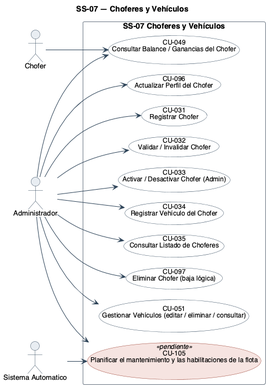
Earlier version of the PlantUML export diagramas/uml/CU_SS-07_Gestion-De-Choferes-Y-Vehiculos.png (Nahuelito-Dev/splg-docs).
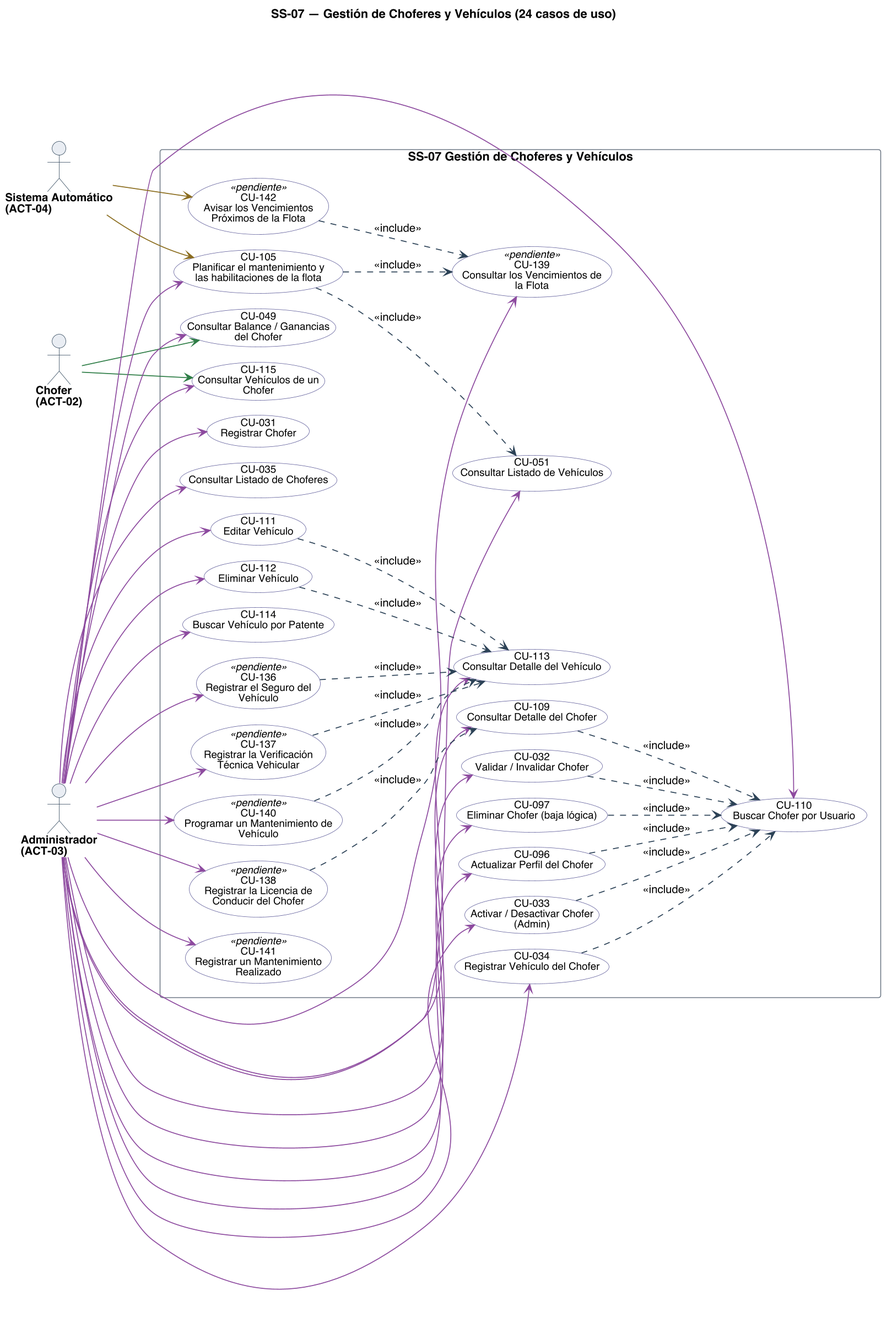
After the change.

What changed in the source:
```diff
@@ -1,22 +1,23 @@
 @startuml
-!pragma layout smetana
-title SS-07 — Choferes y Vehículos
+title SS-07 — Gestión de Choferes y Vehículos (24 casos de uso)
 left to right direction
 skinparam backgroundColor #FFFFFF
 skinparam shadowing false
 skinparam defaultFontName Helvetica
 skinparam defaultFontSize 13
+skinparam dpi 150
 skinparam ArrowColor #2C4257
+skinparam ArrowThickness 1.1
 skinparam actor {
   BorderColor #2C4257
   BackgroundColor #E8EDF2
+  FontSize 13
+  FontStyle bold
 }
 skinparam usecase {
   BorderColor #2C4257
   BackgroundColor #FFFFFF
   FontSize 12
-  BorderColor<<pendiente>> #9C4436
-  BackgroundColor<<pendiente>> #F6E4E1
 }
 skinparam rectangle {
   BorderColor #6B7683
@@ -24,33 +25,86 @@
   FontStyle bold
 }
 
-actor "Chofer" as A2
-actor "Administrador" as A3
-actor "Sistema Automatico" as A4
-
-rectangle "SS-07 Choferes y Vehículos" {
-  usecase "CU-031\nRegistrar Chofer" as U31
-  usecase "CU-032\nValidar / Invalidar Chofer" as U32
-  usecase "CU-033\nActivar / Desactivar Chofer (Admin)" as U33
-  usecase "CU-034\nRegistrar Vehículo del Chofer" as U34
-  usecase "CU-035\nConsultar Listado de Choferes" as U35
-  usecase "CU-049\nConsultar Balance / Ganancias del Chofer" as U49
-  usecase "CU-051\nGestionar Vehículos (editar / eliminar / consultar)" as U51
-  usecase "CU-096\nActualizar Perfil del Chofer" as U96
-  usecase "CU-097\nEliminar Chofer (baja lógica)" as U97
-  usecase "CU-105\nPlanificar el mantenimiento y las habilitaciones de la flota" as U105 <<pendiente>>
+skinparam nodesep 18
+skinparam ranksep 70
+skinparam usecase {
+  BorderColor<<pendiente>> #9C4436
+  BackgroundColor<<pendiente>> #F6E4E1
 }
 
-A3 --> U31
-A3 --> U32
-A3 --> U33
-A3 --> U34
-A3 --> U35
-A2 --> U49
-A3 --> U49
-A3 --> U51
-A3 --> U96
-A3 --> U97
-A3 --> U105
-A4 --> U105
+actor "Chofer\n(ACT-02)" as A02
+actor "Administrador\n(ACT-03)" as A03
+actor "Sistema Automático\n(ACT-04)" as A04
+
+rectangle "SS-07 Gestión de Choferes y Vehículos" {
+  usecase "CU-031\nRegistrar Chofer" as U031 #back:FFFFFF;line:5A5896
+  usecase "CU-032\nValidar / Invalidar Chofer" as U032 #back:FFFFFF;line:5A5896
+  usecase "CU-033\nActivar / Desactivar Chofer\n(Admin)" as U033 #back:FFFFFF;line:5A5896
+  usecase "CU-034\nRegistrar Vehículo del Chofer" as U034 #back:FFFFFF;line:5A5896
+  usecase "CU-035\nConsultar Listado de Choferes" as U035 #back:FFFFFF;line:5A5896
+  usecase "CU-049\nConsultar Balance / Ganancias\ndel Chofer" as U049 #back:FFFFFF;line:5A5896
+  usecase "CU-051\nConsultar Listado de Vehículos" as U051 #back:FFFFFF;line:5A5896
+  usecase "CU-096\nActualizar Perfil del Chofer" as U096 #back:FFFFFF;line:5A5896
+  usecase "CU-097\nEliminar Chofer (baja lógica)" as U097 #back:FFFFFF;line:5A5896
+  usecase "CU-105\nPlanificar el mantenimiento y\nlas habilitaciones de la flota" as U105 #back:FFFFFF;line:5A5896
+  usecase "CU-109\nConsultar Detalle del Chofer" as U109 #back:FFFFFF;line:5A5896
+  usecase "CU-110\nBuscar Chofer por Usuario" as U110 #back:FFFFFF;line:5A5896
+  usecase "CU-111\nEditar Vehículo" as U111 #back:FFFFFF;line:5A5896
+  usecase "CU-112\nEliminar Vehículo" as U112 #back:FFFFFF;line:5A5896
+  usecase "CU-113\nConsultar Detalle del Vehículo" as U113 #back:FFFFFF;line:5A5896
+  usecase "CU-114\nBuscar Vehículo por Patente" as U114 #back:FFFFFF;line:5A5896
+  usecase "CU-115\nConsultar Vehículos de un\nChofer" as U115 #back:FFFFFF;line:5A5896
+  usecase "CU-136\nRegistrar el Seguro del\nVehículo" as U136 <<pendiente>> #back:FFFFFF;line:5A5896
+  usecase "CU-137\nRegistrar la Verificación\nTécnica Vehicular" as U137 <<pendiente>> #back:FFFFFF;line:5A5896
+  usecase "CU-138\nRegistrar la Licencia de\nConducir del Chofer" as U138 <<pendiente>> #back:FFFFFF;line:5A5896
+  usecase "CU-139\nConsultar los Vencimientos de\nla Flota" as U139 <<pendiente>> #back:FFFFFF;line:5A5896
+  usecase "CU-140\nProgramar un Mantenimiento de\nVehículo" as U140 <<pendiente>> #back:FFFFFF;line:5A5896
+  usecase "CU-141\nRegistrar un Mantenimiento\nRealizado" as U141 <<pendiente>> #back:FFFFFF;line:5A5896
+  usecase "CU-142\nAvisar los Vencimientos\nPróximos de la Flota" as U142 <<pendiente>> #back:FFFFFF;line:5A5896
+}
+
+A02 -[#2E7D46]-> U049
+A02 -[#2E7D46]-> U115
+A03 -[#8C4A9E]-> U031
+A03 -[#8C4A9E]-> U032
+A03 -[#8C4A9E]-> U033
+A03 -[#8C4A9E]-> U034
+A03 -[#8C4A9E]-> U035
+A03 -[#8C4A9E]-> U049
+A03 -[#8C4A9E]-> U051
+A03 -[#8C4A9E]-> U096
+A03 -[#8C4A9E]-> U097
+A03 -[#8C4A9E]-> U105
+A03 -[#8C4A9E]-> U109
+A03 -[#8C4A9E]-> U110
+A03 -[#8C4A9E]-> U111
+A03 -[#8C4A9E]-> U112
+A03 -[#8C4A9E]-> U113
+A03 -[#8C4A9E]-> U114
+A03 -[#8C4A9E]-> U115
+A03 -[#8C4A9E]-> U136
+A03 -[#8C4A9E]-> U137
+A03 -[#8C4A9E]-> U138
+A03 -[#8C4A9E]-> U139
+A03 -[#8C4A9E]-> U140
+A03 -[#8C4A9E]-> U141
+A04 -[#8A6D1F]-> U105
+A04 -[#8A6D1F]-> U142
+
+U136 ..> U113 : <<include>>
+U137 ..> U113 : <<include>>
+U140 ..> U113 : <<include>>
+U138 ..> U109 : <<include>>
+U105 ..> U139 : <<include>>
+U142 ..> U139 : <<include>>
+U096 ..> U110 : <<include>>
+U097 ..> U110 : <<include>>
+U109 ..> U110 : <<include>>
+U032 ..> U110 : <<include>>
+U033 ..> U110 : <<include>>
+U034 ..> U110 : <<include>>
+U111 ..> U113 : <<include>>
+U112 ..> U113 : <<include>>
+U105 ..> U051 : <<include>>
+
 @enduml
```
